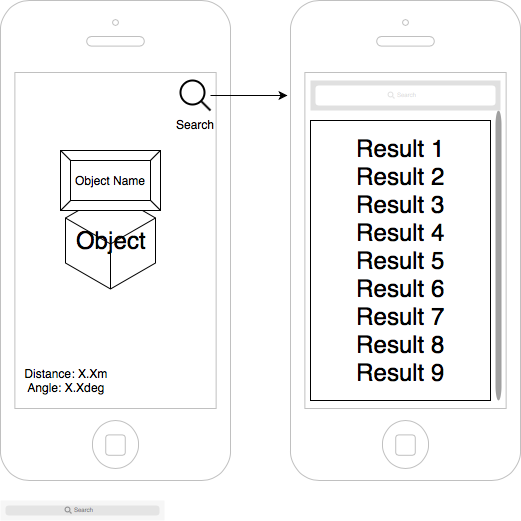
This is project-design/ui-diagrams/UIDiagram.png from micklestick/poop-groop, a draw.io export, as it was before one commit. Source tidied: cells renumbered, new cells last; positions are measured from the earlier drawing's top-left corner, leaving out a move shared by most shapes. Its diagram source:
```xml
<mxGraphModel>
  <root>
    <mxCell id="0" />
    <mxCell id="1" parent="0" />
    <mxCell id="2" style="html=1;verticalLabelPosition=bottom;labelBackgroundColor=#ffffff;verticalAlign=top;shadow=0;dashed=0;strokeWidth=1;shape=mxgraph.ios7.misc.iphone;fillColor=#ffffff;strokeColor=#c0c0c0;" parent="1" vertex="1">
      <mxGeometry x="290" width="230" height="480" as="geometry" />
    </mxCell>
    <mxCell id="3" style="html=1;verticalLabelPosition=bottom;labelBackgroundColor=#ffffff;verticalAlign=top;shadow=0;dashed=0;strokeWidth=1;shape=mxgraph.ios7.misc.iphone;fillColor=#ffffff;strokeColor=#c0c0c0;" parent="1" vertex="1">
      <mxGeometry width="230" height="480" as="geometry" />
    </mxCell>
    <mxCell id="4" style="edgeStyle=orthogonalEdgeStyle;rounded=0;jettySize=auto;html=1;entryX=-0.013;entryY=0.198;entryDx=0;entryDy=0;entryPerimeter=0;" parent="1" edge="1" source="5" target="2">
      <mxGeometry relative="1" as="geometry" />
    </mxCell>
    <mxCell id="5" value="Search" style="html=1;verticalLabelPosition=bottom;align=center;labelBackgroundColor=#ffffff;verticalAlign=top;strokeWidth=2;strokeColor=#000000;fillColor=#ffffff;shadow=0;dashed=0;shape=mxgraph.ios7.icons.looking_glass;fontFamily=Helvetica;fontSize=12;fontColor=#000000;" parent="1" vertex="1">
      <mxGeometry x="180" y="80" width="30" height="30" as="geometry" />
    </mxCell>
    <object id="6" label="Distance: X.Xm&lt;br&gt;Angle: X.Xdeg&lt;br&gt;" name="Variable" placeholders="1">
      <mxCell style="text;html=1;strokeColor=none;fillColor=none;align=center;verticalAlign=middle;whiteSpace=wrap;overflow=hidden;" parent="1" vertex="1">
        <mxGeometry x="20" y="360" width="90" height="40" as="geometry" />
      </mxCell>
    </object>
    <mxCell id="7" value="&lt;font style=&quot;font-size: 24px&quot;&gt;Object&lt;/font&gt;" style="html=1;whiteSpace=wrap;shape=isoCube;backgroundOutline=1;" parent="1" vertex="1">
      <mxGeometry x="65" y="190" width="90" height="100" as="geometry" />
    </mxCell>
    <mxCell id="8" value="Object Name" style="labelPosition=center;verticalLabelPosition=middle;align=center;html=1;shape=mxgraph.basic.button;dx=10;" parent="1" vertex="1">
      <mxGeometry x="60" y="150" width="100" height="60" as="geometry" />
    </mxCell>
    <mxCell id="9" style="html=1;verticalLabelPosition=bottom;labelBackgroundColor=#ffffff;verticalAlign=top;shadow=0;dashed=0;strokeWidth=2;shape=mxgraph.ios7.misc.scroll_(vertical);fillColor=#a0a0a0;" parent="1" vertex="1">
      <mxGeometry x="495" y="110" width="6" height="290" as="geometry" />
    </mxCell>
    <mxCell id="10" style="shape=rect;fillColor=#e0e0e0;strokeColor=none;" parent="1" vertex="1">
      <mxGeometry x="310" y="80" width="190" height="30" as="geometry" />
    </mxCell>
    <mxCell id="11" style="html=1;strokeWidth=1;shadow=0;dashed=0;shape=mxgraph.ios7ui.marginRect;rx=3;ry=3;rectMargin=5;fillColor=#ffffff;strokeColor=none;" parent="10" vertex="1">
      <mxGeometry width="190" height="30" as="geometry" />
    </mxCell>
    <mxCell id="12" value="Search" style="shape=mxgraph.ios7.icons.looking_glass;strokeColor=#e0e0e0;fillColor=none;fontColor=#e0e0e0;labelPosition=right;verticalLabelPosition=middle;align=left;verticalAlign=middle;fontSize=6;fontStyle=0;spacingTop=2;" parent="10" vertex="1">
      <mxGeometry x="0.5" y="0.5" width="6" height="6" relative="1" as="geometry">
        <mxPoint x="-17" y="-3" as="offset" />
      </mxGeometry>
    </mxCell>
    <mxCell id="13" style="shape=rect;fillColor=#F6F6F6;strokeColor=none;" parent="1" vertex="1">
      <mxGeometry y="500" width="164" height="20" as="geometry" />
    </mxCell>
    <mxCell id="14" style="html=1;strokeWidth=1;shadow=0;dashed=0;shape=mxgraph.ios7ui.marginRect;rx=3;ry=3;rectMargin=5;fillColor=#E4E4E4;strokeColor=none;" parent="13" vertex="1">
      <mxGeometry width="164" height="20" as="geometry" />
    </mxCell>
    <mxCell id="15" value="Search" style="shape=mxgraph.ios7.icons.looking_glass;strokeColor=#878789;fillColor=none;fontColor=#878789;labelPosition=right;verticalLabelPosition=middle;align=left;verticalAlign=middle;fontSize=6;fontStyle=0;spacingTop=2;" parent="13" vertex="1">
      <mxGeometry x="0.5" y="0.5" width="6" height="6" relative="1" as="geometry">
        <mxPoint x="-17" y="-3" as="offset" />
      </mxGeometry>
    </mxCell>
    <mxCell id="16" value="Result 1&lt;br&gt;Result 2&lt;br&gt;Result 3&lt;br&gt;Result 4&lt;br&gt;Result 5&lt;br&gt;Result 6&lt;br&gt;Result 7&lt;br&gt;Result 8&lt;br&gt;Result 9&lt;br&gt;" style="rounded=0;whiteSpace=wrap;html=1;fontSize=24;" parent="1" vertex="1">
      <mxGeometry x="310" y="120" width="180" height="280" as="geometry" />
    </mxCell>
  </root>
</mxGraphModel>
```
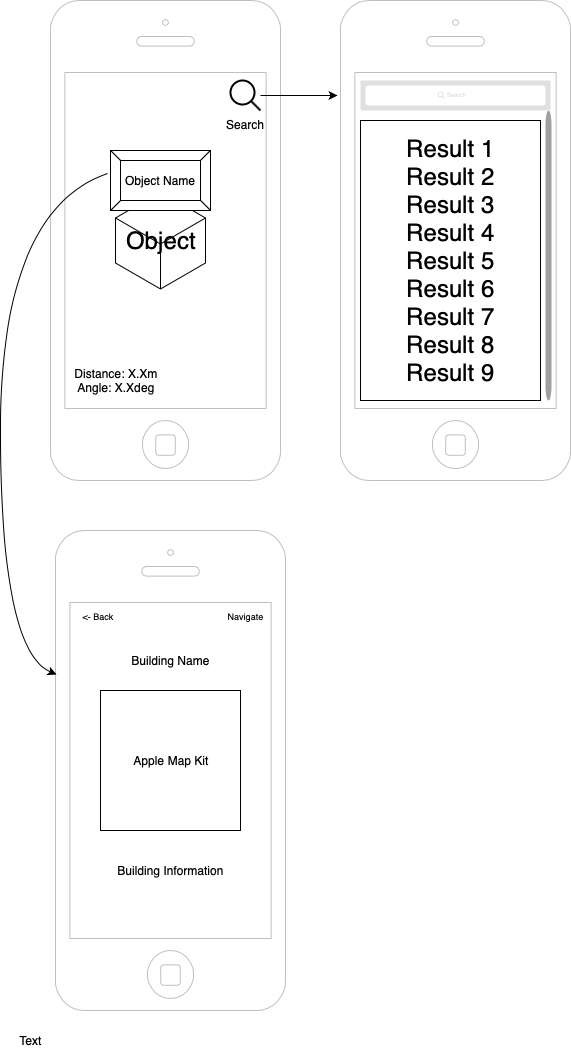
The same diagram one commit later.

What changed in the source:
```diff
@@ -39,19 +39,37 @@
         <mxPoint x="-17" y="-3" as="offset" />
       </mxGeometry>
     </mxCell>
-    <mxCell id="13" style="shape=rect;fillColor=#F6F6F6;strokeColor=none;" parent="1" vertex="1">
-      <mxGeometry y="500" width="164" height="20" as="geometry" />
-    </mxCell>
-    <mxCell id="14" style="html=1;strokeWidth=1;shadow=0;dashed=0;shape=mxgraph.ios7ui.marginRect;rx=3;ry=3;rectMargin=5;fillColor=#E4E4E4;strokeColor=none;" parent="13" vertex="1">
-      <mxGeometry width="164" height="20" as="geometry" />
-    </mxCell>
-    <mxCell id="15" value="Search" style="shape=mxgraph.ios7.icons.looking_glass;strokeColor=#878789;fillColor=none;fontColor=#878789;labelPosition=right;verticalLabelPosition=middle;align=left;verticalAlign=middle;fontSize=6;fontStyle=0;spacingTop=2;" parent="13" vertex="1">
-      <mxGeometry x="0.5" y="0.5" width="6" height="6" relative="1" as="geometry">
-        <mxPoint x="-17" y="-3" as="offset" />
-      </mxGeometry>
-    </mxCell>
     <mxCell id="16" value="Result 1&lt;br&gt;Result 2&lt;br&gt;Result 3&lt;br&gt;Result 4&lt;br&gt;Result 5&lt;br&gt;Result 6&lt;br&gt;Result 7&lt;br&gt;Result 8&lt;br&gt;Result 9&lt;br&gt;" style="rounded=0;whiteSpace=wrap;html=1;fontSize=24;" parent="1" vertex="1">
       <mxGeometry x="310" y="120" width="180" height="280" as="geometry" />
     </mxCell>
+    <mxCell id="17" style="html=1;verticalLabelPosition=bottom;labelBackgroundColor=#ffffff;verticalAlign=top;shadow=0;dashed=0;strokeWidth=1;shape=mxgraph.ios7.misc.iphone;fillColor=#ffffff;strokeColor=#c0c0c0;" parent="1" vertex="1">
+      <mxGeometry x="5" y="530" width="230" height="480" as="geometry" />
+    </mxCell>
+    <mxCell id="18" style="curved=1;endArrow=classic;html=1;entryX=0.004;entryY=0.3;entryDx=0;entryDy=0;entryPerimeter=0;exitX=-0.03;exitY=0.383;exitDx=0;exitDy=0;exitPerimeter=0;" parent="1" edge="1" source="8" target="17">
+      <mxGeometry relative="1" as="geometry">
+        <Array as="points">
+          <mxPoint x="-50" y="210" />
+          <mxPoint x="-50" y="650" />
+        </Array>
+      </mxGeometry>
+    </mxCell>
+    <mxCell id="19" value="&lt;font style=&quot;font-size: 9px&quot;&gt;&amp;lt;- Back&lt;/font&gt;" style="text;html=1;strokeColor=none;fillColor=none;align=center;verticalAlign=middle;whiteSpace=wrap;rounded=0;" parent="1" vertex="1">
+      <mxGeometry x="25" y="610" width="45" height="10" as="geometry" />
+    </mxCell>
+    <mxCell id="20" value="&lt;font style=&quot;font-size: 9px&quot;&gt;Navigate&lt;/font&gt;" style="text;html=1;strokeColor=none;fillColor=none;align=center;verticalAlign=middle;whiteSpace=wrap;rounded=0;" parent="1" vertex="1">
+      <mxGeometry x="175" y="605" width="40" height="20" as="geometry" />
+    </mxCell>
+    <mxCell id="21" value="Text" style="text;html=1;strokeColor=none;fillColor=none;align=center;verticalAlign=middle;whiteSpace=wrap;rounded=0;" parent="1" vertex="1">
+      <mxGeometry x="-40" y="1030" width="40" height="20" as="geometry" />
+    </mxCell>
+    <mxCell id="22" value="Apple Map Kit" style="whiteSpace=wrap;html=1;" parent="1" vertex="1">
+      <mxGeometry x="50" y="690" width="140" height="140" as="geometry" />
+    </mxCell>
+    <mxCell id="23" value="Building Name" style="text;html=1;strokeColor=none;fillColor=none;align=center;verticalAlign=middle;whiteSpace=wrap;rounded=0;" parent="1" vertex="1">
+      <mxGeometry x="70" y="650" width="100" height="20" as="geometry" />
+    </mxCell>
+    <mxCell id="24" value="Building Information" style="text;html=1;strokeColor=none;fillColor=none;align=center;verticalAlign=middle;whiteSpace=wrap;rounded=0;" parent="1" vertex="1">
+      <mxGeometry x="52.5" y="860" width="135" height="20" as="geometry" />
+    </mxCell>
   </root>
 </mxGraphModel>
```
